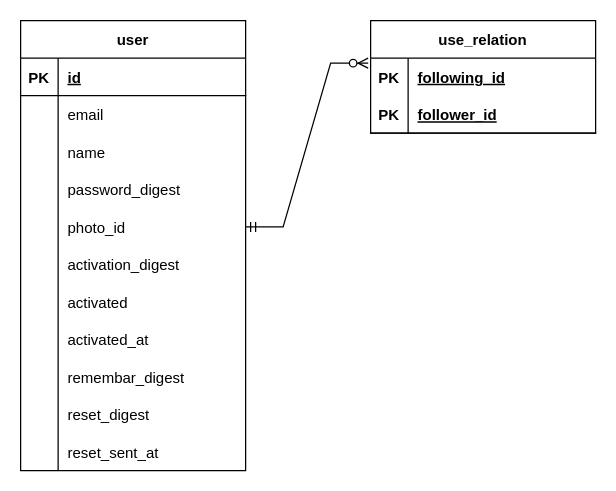
The draw.io diagram drawio/er.drawio in ktr11/booster-doc, before the edit. Source tidied: cells renumbered, new cells numbered last; positions are measured from the earlier drawing's top-left corner, leaving out a move shared by most shapes. Both pictures are drawn from the tidied source at 125%, with x=0, y=0 at pixel (20, 20).
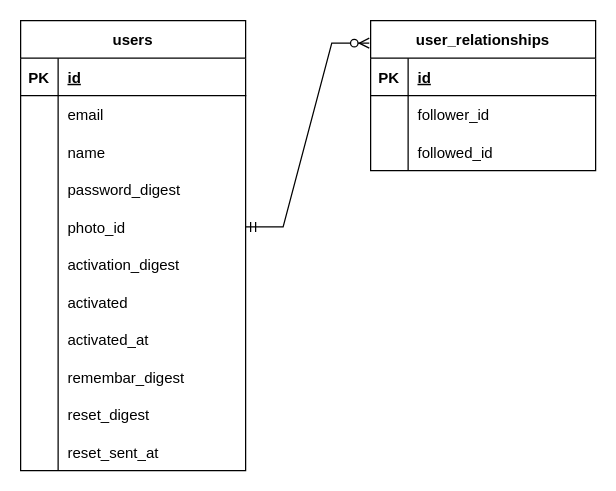
The same page after the edit.

Commit message (it also covers changes not shown here):
er.drawio を更新します

Unchanged cells that the change refers to:
```xml
<mxCell id="15" style="shape=tableRow;horizontal=0;startSize=0;swimlaneHead=0;swimlaneBody=0;fillColor=none;points=[[0,0.5],[1,0.5]];portConstraint=eastwest;top=0;left=0;right=0;bottom=0;" parent="2" vertex="1">
  <mxGeometry y="150" width="180" height="30" as="geometry" />
</mxCell>
```

What changed in the source:
```diff
@@
-    <mxCell id="2" value="user" style="shape=table;startSize=30;childLayout=tableLayout;rowLines=0;fontStyle=1;align=center;" parent="1" vertex="1">
+    <mxCell id="2" value="users" style="shape=table;startSize=30;childLayout=tableLayout;rowLines=0;fontStyle=1;align=center;" parent="1" vertex="1">
       <mxGeometry width="180" height="360" as="geometry" />
     </mxCell>
@@
-    <mxCell id="36" value="use_relation" style="shape=table;startSize=30;childLayout=tableLayout;rowLines=0;fontStyle=1;align=center;" parent="1" vertex="1">
-      <mxGeometry x="280" width="180" height="90" as="geometry" />
-    </mxCell>
-    <mxCell id="37" style="shape=tableRow;horizontal=0;startSize=0;swimlaneHead=0;swimlaneBody=0;fillColor=none;top=0;left=0;right=0;bottom=0;" parent="36" vertex="1">
-      <mxGeometry y="30" width="180" height="30" as="geometry" />
-    </mxCell>
-    <mxCell id="38" value="PK" style="shape=partialRectangle;fillColor=none;top=0;left=0;bottom=0;right=0;fontStyle=1;overflow=hidden;" parent="37" vertex="1">
-      <mxGeometry width="30" height="30" as="geometry" />
-    </mxCell>
-    <mxCell id="39" value="following_id" style="shape=partialRectangle;fillColor=none;top=0;left=0;bottom=0;right=0;align=left;spacingLeft=6;fontStyle=5;overflow=hidden;" parent="37" vertex="1">
-      <mxGeometry x="30" width="150" height="30" as="geometry" />
-    </mxCell>
-    <mxCell id="40" style="shape=tableRow;horizontal=0;startSize=0;swimlaneHead=0;swimlaneBody=0;fillColor=none;top=0;left=0;right=0;bottom=1;" parent="36" vertex="1">
-      <mxGeometry y="60" width="180" height="30" as="geometry" />
-    </mxCell>
-    <mxCell id="41" value="PK" style="shape=partialRectangle;fillColor=none;top=0;left=0;bottom=0;right=0;fontStyle=1;overflow=hidden;" parent="40" vertex="1">
-      <mxGeometry width="30" height="30" as="geometry" />
-    </mxCell>
+    <mxCell id="43" style="edgeStyle=entityRelationEdgeStyle;fontSize=12;html=1;endArrow=ERzeroToMany;startArrow=ERmandOne;rounded=0;exitX=1;exitY=0.5;exitDx=0;exitDy=0;entryX=-0.006;entryY=0.15;entryDx=0;entryDy=0;entryPerimeter=0;" parent="1" edge="1" source="15" target="44">
+      <mxGeometry relative="1" as="geometry" />
+    </mxCell>
+    <mxCell id="44" value="user_relationships" style="shape=table;startSize=30;childLayout=tableLayout;rowLines=0;fontStyle=1;align=center;" parent="1" vertex="1">
+      <mxGeometry x="280" width="180" height="120" as="geometry" />
+    </mxCell>
+    <mxCell id="45" style="shape=tableRow;horizontal=0;startSize=0;swimlaneHead=0;swimlaneBody=0;fillColor=none;top=0;left=0;right=0;bottom=1;" parent="44" vertex="1">
+      <mxGeometry y="30" width="180" height="30" as="geometry" />
+    </mxCell>
+    <mxCell id="46" value="PK" style="shape=partialRectangle;fillColor=none;top=0;left=0;bottom=0;right=0;fontStyle=1;overflow=hidden;" parent="45" vertex="1">
+      <mxGeometry width="30" height="30" as="geometry" />
+    </mxCell>
+    <mxCell id="47" value="id" style="shape=partialRectangle;fillColor=none;top=0;left=0;bottom=0;right=0;align=left;spacingLeft=6;fontStyle=5;overflow=hidden;" parent="45" vertex="1">
+      <mxGeometry x="30" width="150" height="30" as="geometry" />
+    </mxCell>
+    <mxCell id="48" style="shape=tableRow;horizontal=0;startSize=0;swimlaneHead=0;swimlaneBody=0;fillColor=none;top=0;left=0;right=0;bottom=0;" parent="44" vertex="1">
+      <mxGeometry y="60" width="180" height="30" as="geometry" />
+    </mxCell>
+    <mxCell id="49" style="shape=partialRectangle;fillColor=none;top=0;left=0;bottom=0;right=0;overflow=hidden;" parent="48" vertex="1">
+      <mxGeometry width="30" height="30" as="geometry" />
+    </mxCell>
-    <mxCell id="42" value="follower_id" style="shape=partialRectangle;fillColor=none;top=0;left=0;bottom=0;right=0;align=left;spacingLeft=6;fontStyle=5;overflow=hidden;" parent="40" vertex="1">
+    <mxCell id="42" value="follower_id" style="shape=partialRectangle;fillColor=none;top=0;left=0;bottom=0;right=0;align=left;spacingLeft=6;overflow=hidden;" parent="48" vertex="1">
       <mxGeometry x="30" width="150" height="30" as="geometry" />
     </mxCell>
-    <mxCell id="43" style="edgeStyle=entityRelationEdgeStyle;fontSize=12;html=1;endArrow=ERzeroToMany;startArrow=ERmandOne;rounded=0;exitX=1;exitY=0.5;exitDx=0;exitDy=0;entryX=-0.011;entryY=0.378;entryDx=0;entryDy=0;entryPerimeter=0;" parent="1" edge="1" source="15" target="36">
-      <mxGeometry relative="1" as="geometry" />
-    </mxCell>
+    <mxCell id="50" style="shape=tableRow;horizontal=0;startSize=0;swimlaneHead=0;swimlaneBody=0;fillColor=none;top=0;left=0;right=0;bottom=0;" parent="44" vertex="1">
+      <mxGeometry y="90" width="180" height="30" as="geometry" />
+    </mxCell>
+    <mxCell id="51" style="shape=partialRectangle;fillColor=none;top=0;left=0;bottom=0;right=0;overflow=hidden;" parent="50" vertex="1">
+      <mxGeometry width="30" height="30" as="geometry" />
+    </mxCell>
+    <mxCell id="52" value="followed_id" style="shape=partialRectangle;fillColor=none;top=0;left=0;bottom=0;right=0;align=left;spacingLeft=6;overflow=hidden;" parent="50" vertex="1">
+      <mxGeometry x="30" width="150" height="30" as="geometry" />
+    </mxCell>
```
